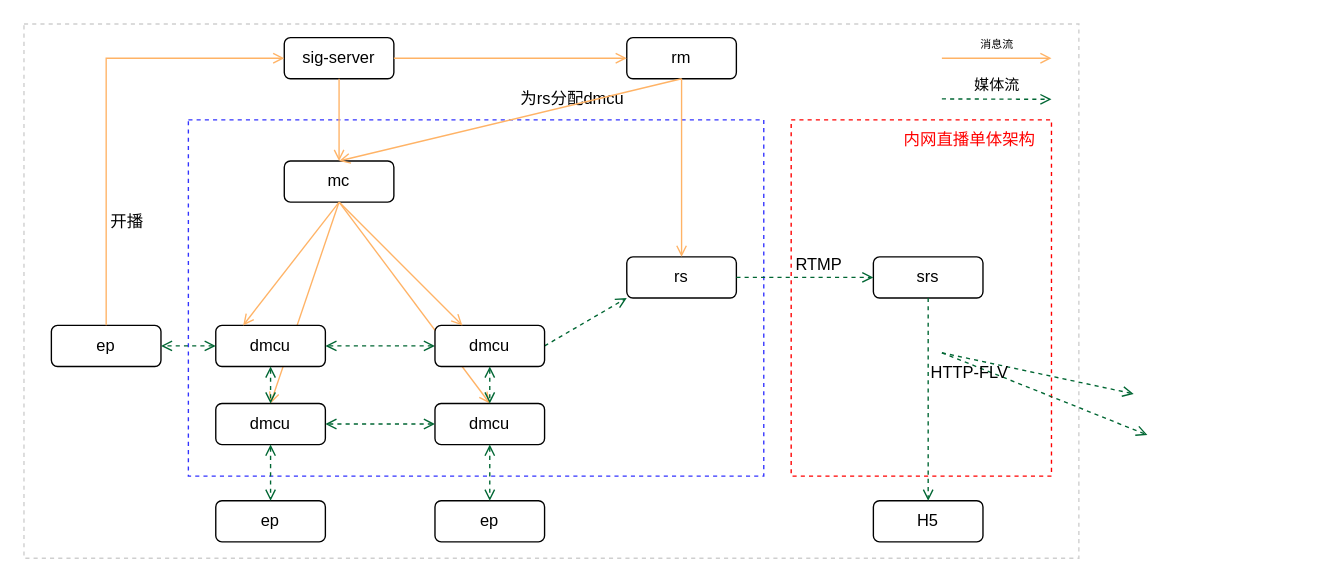
Before: page "内网直播一期" (3 of 4) of 单向网络-内网直播.drawio in Liaozengxiang/test, a draw.io diagram. Source tidied: cells renumbered, new cells numbered last; positions are measured from the earlier drawing's top-left corner, leaving out a move shared by most shapes. Both pictures are drawn from the tidied source at 137%, with x=0, y=0 at pixel (23, 23).
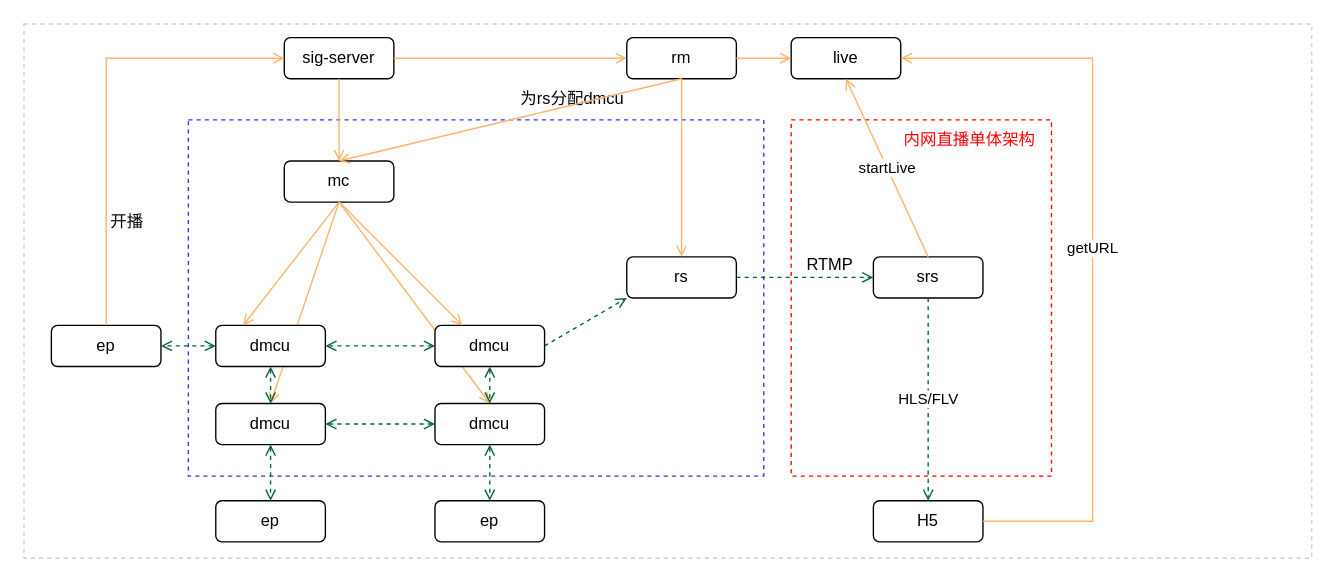
Above is the later version.

Unchanged cells that the change refers to:
```xml
<mxCell id="14" value="rm" style="rounded=1;whiteSpace=wrap;html=1;" parent="1" vertex="1">
  <mxGeometry x="440" y="10" width="80" height="30" as="geometry" />
</mxCell>
<mxCell id="34" value="srs" style="rounded=1;whiteSpace=wrap;html=1;" parent="1" vertex="1">
  <mxGeometry x="620" y="170" width="80" height="30" as="geometry" />
</mxCell>
<mxCell id="36" value="H5" style="rounded=1;whiteSpace=wrap;html=1;" parent="1" vertex="1">
  <mxGeometry x="620" y="348" width="80" height="30" as="geometry" />
</mxCell>
```

What changed in the source:
```diff
@@
     <mxCell id="2" style="rounded=0;whiteSpace=wrap;html=1;dashed=1;strokeColor=#CFCFCF;fillColor=default;" parent="1" vertex="1">
-      <mxGeometry width="770" height="390" as="geometry" />
+      <mxGeometry width="940" height="390" as="geometry" />
     </mxCell>
@@
-    <mxCell id="9" value="媒体流" style="endArrow=open;startArrow=none;html=1;exitX=1;exitY=0.5;exitDx=0;exitDy=0;rounded=0;endFill=0;startFill=0;dashed=1;strokeColor=#006633;" parent="1" edge="1">
-      <mxGeometry y="10" relative="1" as="geometry">
-        <mxPoint x="670" y="54.7" as="sourcePoint" />
-        <mxPoint x="750" y="55" as="targetPoint" />
-      </mxGeometry>
-    </mxCell>
-    <mxCell id="10" value="消息流" style="endArrow=open;html=1;rounded=0;strokeColor=#FFB366;startArrow=none;startFill=0;exitX=1;exitY=0.5;exitDx=0;exitDy=0;endFill=0;fontSize=8;" parent="1" edge="1">
-      <mxGeometry y="10" relative="1" as="geometry">
-        <mxPoint x="670" y="25" as="sourcePoint" />
-        <mxPoint x="750" y="25" as="targetPoint" />
-      </mxGeometry>
-    </mxCell>
-    <mxCell id="11" style="endArrow=open;startArrow=none;html=1;entryX=0.5;entryY=0;entryDx=0;entryDy=0;rounded=0;endFill=0;startFill=0;dashed=1;strokeColor=#006633;exitX=0.5;exitY=1;exitDx=0;exitDy=0;" parent="1" edge="1">
-      <mxGeometry relative="1" as="geometry">
-        <mxPoint x="670" y="240" as="sourcePoint" />
-        <mxPoint x="820" y="300" as="targetPoint" />
-      </mxGeometry>
-    </mxCell>
@@
-    <mxCell id="28" style="endArrow=open;startArrow=none;html=1;entryX=0.5;entryY=0;entryDx=0;entryDy=0;rounded=0;endFill=0;startFill=0;dashed=1;strokeColor=#006633;exitX=0.5;exitY=1;exitDx=0;exitDy=0;" parent="1" edge="1">
-      <mxGeometry relative="1" as="geometry">
-        <mxPoint x="670" y="240" as="sourcePoint" />
-        <mxPoint x="810" y="270" as="targetPoint" />
-      </mxGeometry>
-    </mxCell>
@@
-    <mxCell id="37" style="endArrow=open;startArrow=none;html=1;entryX=0.5;entryY=0;entryDx=0;entryDy=0;rounded=0;endFill=0;startFill=0;dashed=1;strokeColor=#006633;exitX=0.5;exitY=1;exitDx=0;exitDy=0;" parent="1" edge="1" source="34" target="36">
+    <mxCell id="37" value="HLS/FLV" style="endArrow=open;startArrow=none;html=1;entryX=0.5;entryY=0;entryDx=0;entryDy=0;rounded=0;endFill=0;startFill=0;dashed=1;strokeColor=#006633;exitX=0.5;exitY=1;exitDx=0;exitDy=0;" parent="1" edge="1" source="34" target="36">
       <mxGeometry relative="1" as="geometry" />
     </mxCell>
     <mxCell id="38" value="RTMP" style="text;html=1;align=center;verticalAlign=middle;fillColor=none;strokeColor=none;rounded=0;dashed=1;" parent="1" vertex="1">
-      <mxGeometry x="550" y="161" width="60" height="30" as="geometry" />
+      <mxGeometry x="558" y="161" width="60" height="30" as="geometry" />
     </mxCell>
-    <mxCell id="39" value="HTTP-FLV" style="text;html=1;align=center;verticalAlign=middle;fillColor=none;strokeColor=none;rounded=0;dashed=1;" parent="1" vertex="1">
-      <mxGeometry x="650" y="240" width="80" height="30" as="geometry" />
-    </mxCell>
@@
+    <mxCell id="46" value="live" style="rounded=1;whiteSpace=wrap;html=1;" parent="1" vertex="1">
+      <mxGeometry x="560" y="10" width="80" height="30" as="geometry" />
+    </mxCell>
+    <mxCell id="47" style="endArrow=none;html=1;rounded=0;strokeColor=#FFB366;startArrow=open;startFill=0;endFill=0;entryX=1;entryY=0.5;entryDx=0;entryDy=0;exitX=0;exitY=0.5;exitDx=0;exitDy=0;" parent="1" edge="1" source="46" target="14">
+      <mxGeometry relative="1" as="geometry" />
+    </mxCell>
+    <mxCell id="48" value="startLive" style="endArrow=none;html=1;rounded=0;strokeColor=#FFB366;startArrow=open;startFill=0;endFill=0;entryX=0.5;entryY=0;entryDx=0;entryDy=0;exitX=0.5;exitY=1;exitDx=0;exitDy=0;" parent="1" edge="1" source="46" target="34">
+      <mxGeometry relative="1" as="geometry" />
+    </mxCell>
+    <mxCell id="49" value="getURL" style="endArrow=none;html=1;rounded=0;strokeColor=#FFB366;startArrow=open;startFill=0;endFill=0;entryX=1;entryY=0.5;entryDx=0;entryDy=0;exitX=1;exitY=0.5;exitDx=0;exitDy=0;" parent="1" edge="1" source="46" target="36">
+      <mxGeometry relative="1" as="geometry">
+        <Array as="points">
+          <mxPoint x="780" y="25" />
+          <mxPoint x="780" y="363" />
+        </Array>
+      </mxGeometry>
+    </mxCell>
```
